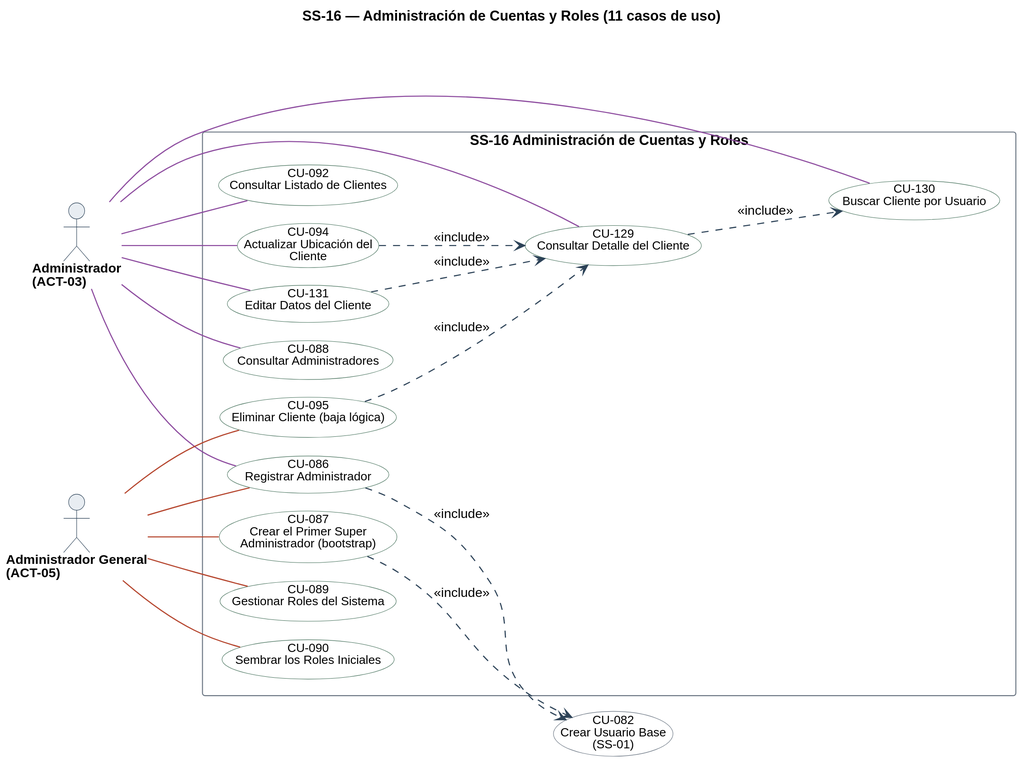
The PlantUML diagram diagramas/uml/CU_SS-16_Administracion-De-Cuentas-Y-Roles.svg in Nahuelito-Dev/splg-docs, before a commit.
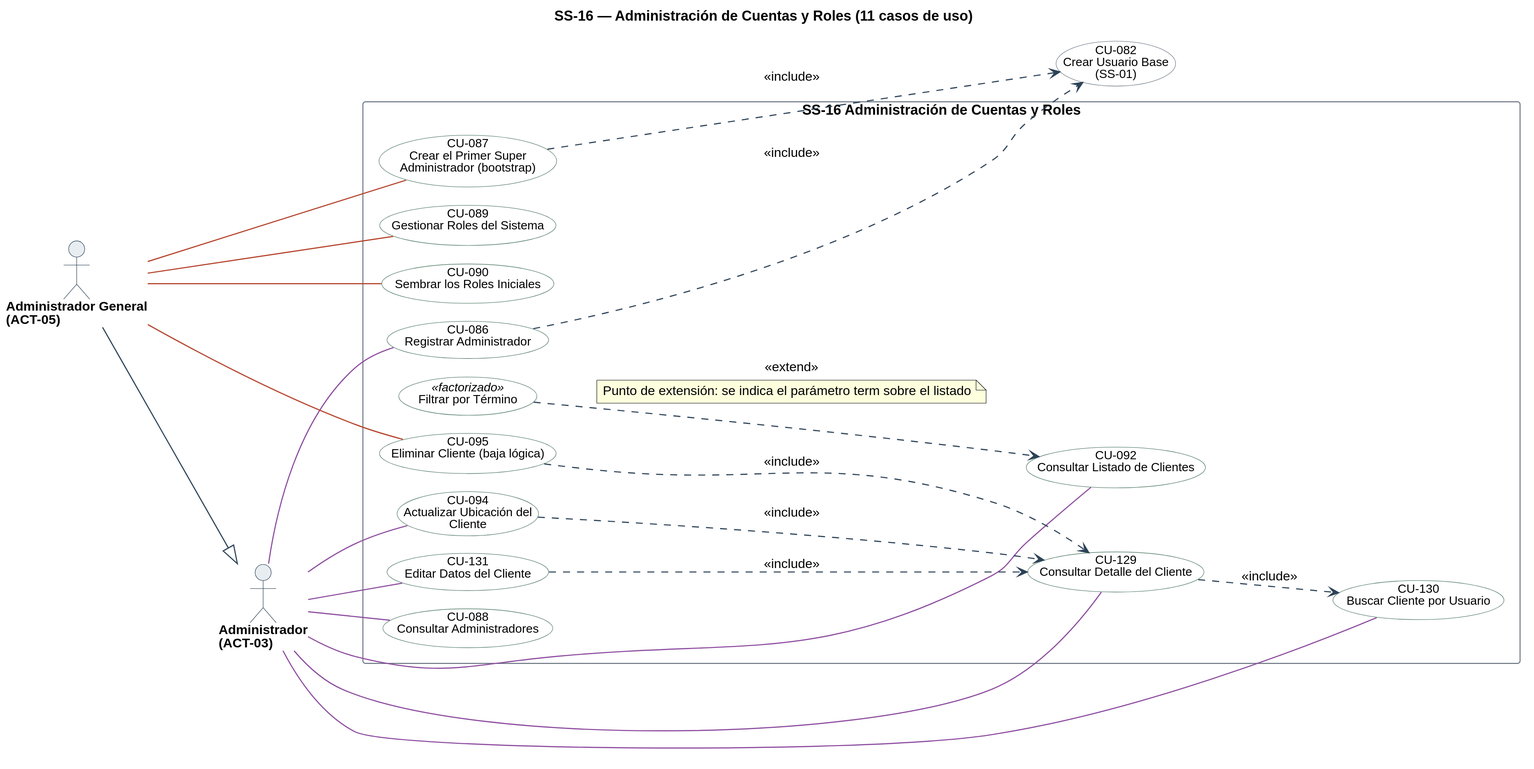
The same diagram one commit later.

The edit, as a diff of the source:
```diff
@@ -28,8 +28,8 @@
 skinparam nodesep 18
 skinparam ranksep 70
 skinparam usecase {
-  BorderColor<<pendiente>> #9C4436
-  BackgroundColor<<pendiente>> #F6E4E1
+  BorderColor<<planificado>> #9C4436
+  BackgroundColor<<planificado>> #F6E4E1
   BorderColor<<factorizado>> #6B7683
   BackgroundColor<<factorizado>> #F2F4F6
 }
@@ -49,6 +49,7 @@
   usecase "CU-129\nConsultar Detalle del Cliente" as U129 #back:FFFFFF;line:4B7560
   usecase "CU-130\nBuscar Cliente por Usuario" as U130 #back:FFFFFF;line:4B7560
   usecase "CU-131\nEditar Datos del Cliente" as U131 #back:FFFFFF;line:4B7560
+  usecase "Filtrar por Término" as F_TERM <<factorizado>> #back:FFFFFF;line:4B7560
 }
 
 usecase "CU-082\nCrear Usuario Base\n(SS-01)" as U082 #back:FFFFFF;line:6B7683
@@ -60,11 +61,11 @@
 A03 -[#8C4A9E]- U129
 A03 -[#8C4A9E]- U130
 A03 -[#8C4A9E]- U131
-A05 -[#B4432B]- U086
 A05 -[#B4432B]- U087
 A05 -[#B4432B]- U089
 A05 -[#B4432B]- U090
 A05 -[#B4432B]- U095
+A05 --|> A03
 
 U094 ..> U129 : <<include>>
 U095 ..> U129 : <<include>>
@@ -72,4 +73,9 @@
 U129 ..> U130 : <<include>>
 U086 ..> U082 : <<include>>
 U087 ..> U082 : <<include>>
+
+F_TERM ..> U092 : <<extend>>
+note on link
+  Punto de extensión: se indica el parámetro term sobre el listado
+end note
 @enduml
```
